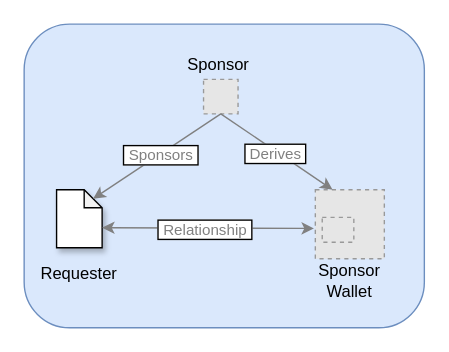
Before: docs/reference/airnode/latest/assets/diagrams/concepts-sponsor-relationships.drawio in api3dao/vitepress-docs, a draw.io diagram. Source tidied: cells renumbered, new cells numbered last; positions are measured from the earlier drawing's top-left corner, leaving out a move shared by most shapes. Both pictures are drawn from the tidied source at 138%, with x=0, y=0 at pixel (23, 23). Pictures stored in the file or linked from it are replaced by grey dashed boxes.
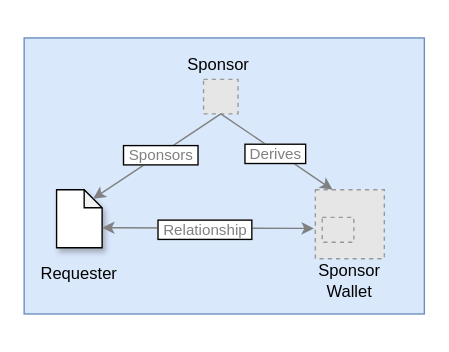
Above is the later version.

Change to the diagram source:
```diff
@@
 <mxGraphModel>
   <root>
     <mxCell id="0" />
     <mxCell id="1" parent="0" />
-    <mxCell id="2" style="rounded=1;whiteSpace=wrap;html=1;fillColor=#dae8fc;strokeColor=#6c8ebf;" parent="1" vertex="1">
-      <mxGeometry width="290" height="220" as="geometry" />
+    <mxCell id="2" style="rounded=0;whiteSpace=wrap;html=1;fillColor=#dae8fc;strokeColor=#6c8ebf;" parent="1" vertex="1">
+      <mxGeometry y="10" width="290" height="200" as="geometry" />
     </mxCell>
     <mxCell id="3" style="fillColor=#E6E6E6;strokeColor=#999999;dashed=1;verticalLabelPosition=bottom;verticalAlign=top;" parent="1" vertex="1">
       <mxGeometry x="130" y="40" width="25" height="25" as="geometry" />
     </mxCell>
     <mxCell id="4" style="fillColor=#E6E6E6;strokeColor=#999999;dashed=1;verticalLabelPosition=bottom;verticalAlign=top;" parent="1" vertex="1">
       <mxGeometry x="211" y="120" width="50" height="50" as="geometry" />
     </mxCell>
     <mxCell id="5" style="fillColor=#E6E6E6;strokeColor=#999999;dashed=1;verticalLabelPosition=bottom;verticalAlign=top;" parent="1" vertex="1">
       <mxGeometry x="216" y="140" width="22.9" height="18" as="geometry" />
     </mxCell>
     <mxCell id="6" style="shape=note;whiteSpace=wrap;html=1;backgroundOutline=1;darkOpacity=0.05;size=13;shadow=1;" parent="1" vertex="1">
       <mxGeometry x="23.5" y="120" width="33" height="42" as="geometry" />
     </mxCell>
     <mxCell id="7" style="endArrow=classic;startArrow=classic;html=1;exitX=0;exitY=0;exitDx=33;exitDy=27.5;exitPerimeter=0;strokeColor=#808080;" parent="1" edge="1" source="6">
       <mxGeometry relative="1" as="geometry">
         <mxPoint x="210" y="148" as="targetPoint" />
       </mxGeometry>
     </mxCell>
     <mxCell id="8" value="&lt;font color=&quot;#808080&quot;&gt;&amp;nbsp;Relationship&amp;nbsp;&lt;/font&gt;" style="edgeLabel;html=1;align=center;verticalAlign=middle;labelBorderColor=default;" parent="7" vertex="1">
       <mxGeometry x="-0.03" y="-1" relative="1" as="geometry" />
     </mxCell>
     <mxCell id="9" value="Sponsor" style="text;html=1;strokeColor=none;fillColor=none;align=center;verticalAlign=middle;whiteSpace=wrap;rounded=0;" parent="1" vertex="1">
       <mxGeometry x="121" y="20" width="40" height="20" as="geometry" />
     </mxCell>
     <mxCell id="10" value="Requester" style="text;html=1;strokeColor=none;fillColor=none;align=center;verticalAlign=middle;whiteSpace=wrap;rounded=0;shadow=1;" parent="1" vertex="1">
       <mxGeometry x="20" y="171" width="40" height="20" as="geometry" />
     </mxCell>
     <mxCell id="11" value="Sponsor Wallet" style="text;html=1;strokeColor=none;fillColor=none;align=center;verticalAlign=middle;whiteSpace=wrap;rounded=0;shadow=1;" parent="1" vertex="1">
       <mxGeometry x="216" y="176" width="40" height="20" as="geometry" />
     </mxCell>
     <mxCell id="12" style="endArrow=classic;html=1;strokeColor=#808080;exitX=0.5;exitY=1;exitDx=0;exitDy=0;entryX=0;entryY=0;entryDx=26.5;entryDy=6.5;entryPerimeter=0;" parent="1" edge="1" source="3" target="6">
       <mxGeometry relative="1" as="geometry" />
     </mxCell>
     <mxCell id="13" value="&lt;font color=&quot;#808080&quot;&gt;&amp;nbsp;Sponsors&amp;nbsp;&lt;/font&gt;" style="edgeLabel;html=1;align=center;verticalAlign=middle;labelBorderColor=default;" parent="12" vertex="1">
       <mxGeometry x="-0.05" relative="1" as="geometry" />
     </mxCell>
     <mxCell id="14" style="endArrow=classic;html=1;strokeColor=#808080;entryX=0.25;entryY=0;entryDx=0;entryDy=0;exitX=0.5;exitY=1;exitDx=0;exitDy=0;" parent="1" edge="1" source="3" target="4">
       <mxGeometry relative="1" as="geometry" />
     </mxCell>
     <mxCell id="15" value="&lt;font color=&quot;#808080&quot;&gt;&amp;nbsp;Derives&amp;nbsp;&lt;br&gt;&lt;/font&gt;" style="edgeLabel;html=1;align=center;verticalAlign=middle;labelBorderColor=default;" parent="14" vertex="1">
       <mxGeometry x="-0.06" y="1" relative="1" as="geometry">
         <mxPoint y="3" as="offset" />
       </mxGeometry>
     </mxCell>
   </root>
 </mxGraphModel>
```
